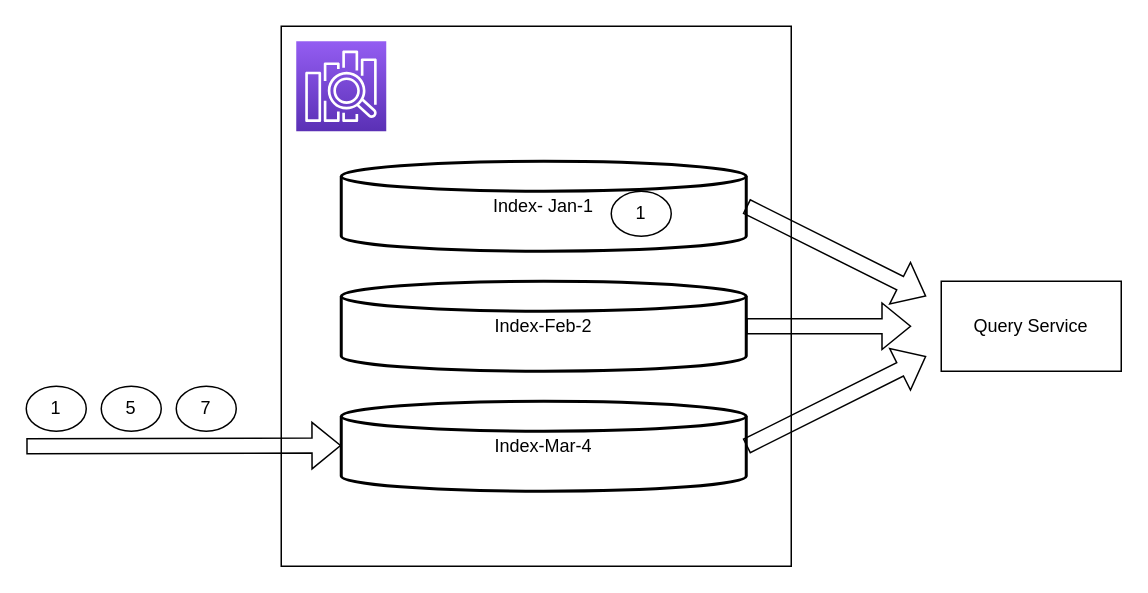
This is ESInsertingSituation.drawio from wang2gua/test, a draw.io file, before an edit. Source tidied: cells renumbered, new cells numbered last; positions are measured from the earlier drawing's top-left corner, leaving out a move shared by most shapes. Both pictures are drawn from the tidied source at 150%, with x=0, y=0 at pixel (26, 26).
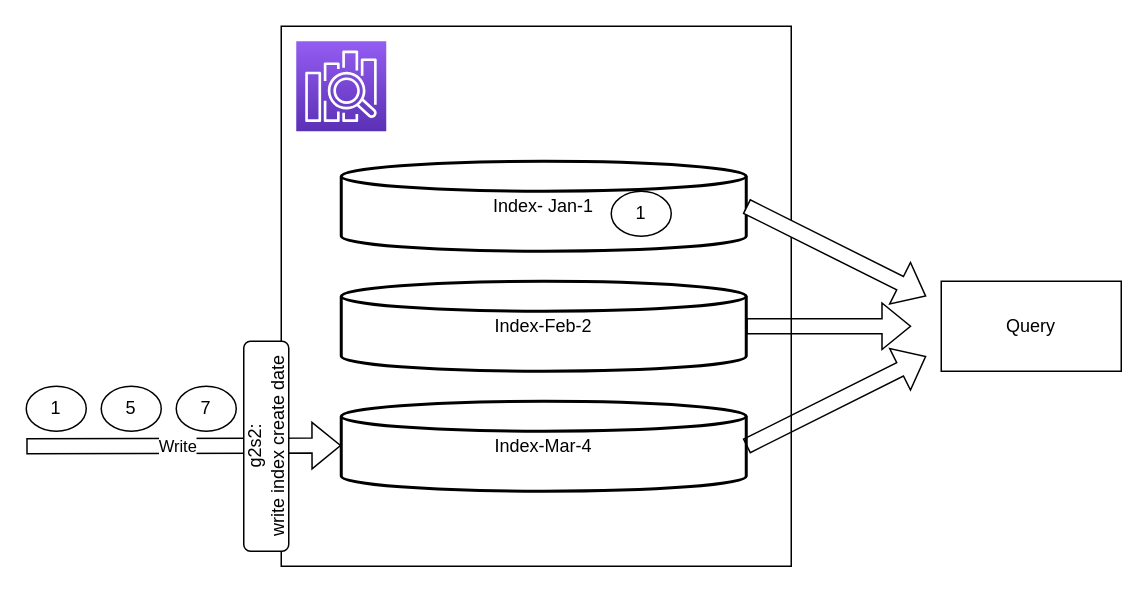
After the change.

The change refers to these unchanged cells:
```xml
<mxCell id="4" value="Index- Jan-1" style="strokeWidth=2;html=1;shape=mxgraph.flowchart.database;whiteSpace=wrap;" parent="1" vertex="1">
  <mxGeometry x="210" y="90" width="270" height="60" as="geometry" />
</mxCell>
<mxCell id="7" style="shape=flexArrow;endArrow=classic;html=1;rounded=0;" parent="1" edge="1">
  <mxGeometry relative="1" as="geometry">
    <mxPoint y="280" as="sourcePoint" />
    <mxPoint x="210" y="279.5" as="targetPoint" />
  </mxGeometry>
</mxCell>
```

The edit, as a diff of the source:
```diff
@@
+    <mxCell id="8" value="1" style="ellipse;whiteSpace=wrap;html=1;" parent="1" vertex="1">
+      <mxGeometry x="390" y="110" width="40" height="30" as="geometry" />
+    </mxCell>
@@
-    <mxCell id="8" value="1" style="ellipse;whiteSpace=wrap;html=1;" parent="1" vertex="1">
-      <mxGeometry x="390" y="110" width="40" height="30" as="geometry" />
-    </mxCell>
+    <mxCell id="16" value="Write" style="edgeLabel;html=1;align=center;verticalAlign=middle;" parent="7" vertex="1">
+      <mxGeometry x="-0.48" y="-2" relative="1" as="geometry">
+        <mxPoint x="45" y="-2" as="offset" />
+      </mxGeometry>
+    </mxCell>
@@
-    <mxCell id="12" style="shape=flexArrow;endArrow=classic;html=1;rounded=0;exitX=1;exitY=0.5;exitDx=0;exitDy=0;exitPerimeter=0;" parent="1" edge="1" source="4">
+    <mxCell id="12" style="shape=flexArrow;endArrow=classic;html=1;rounded=0;exitX=1;exitY=0.5;exitDx=0;exitDy=0;exitPerimeter=0;fillColor=#FFFFFF;" parent="1" edge="1" source="4">
       <mxGeometry relative="1" as="geometry">
         <mxPoint x="600" y="180" as="targetPoint" />
       </mxGeometry>
     </mxCell>
@@
-    <mxCell id="15" value="Query Service" style="rounded=0;whiteSpace=wrap;html=1;" parent="1" vertex="1">
+    <mxCell id="15" value="Query" style="rounded=0;whiteSpace=wrap;html=1;" parent="1" vertex="1">
       <mxGeometry x="610" y="170" width="120" height="60" as="geometry" />
     </mxCell>
+    <mxCell id="17" value="g2s2:&lt;br&gt;write index create date" style="rounded=1;whiteSpace=wrap;html=1;rotation=-90;" parent="1" vertex="1">
+      <mxGeometry x="90" y="265" width="140" height="30" as="geometry" />
+    </mxCell>
```
